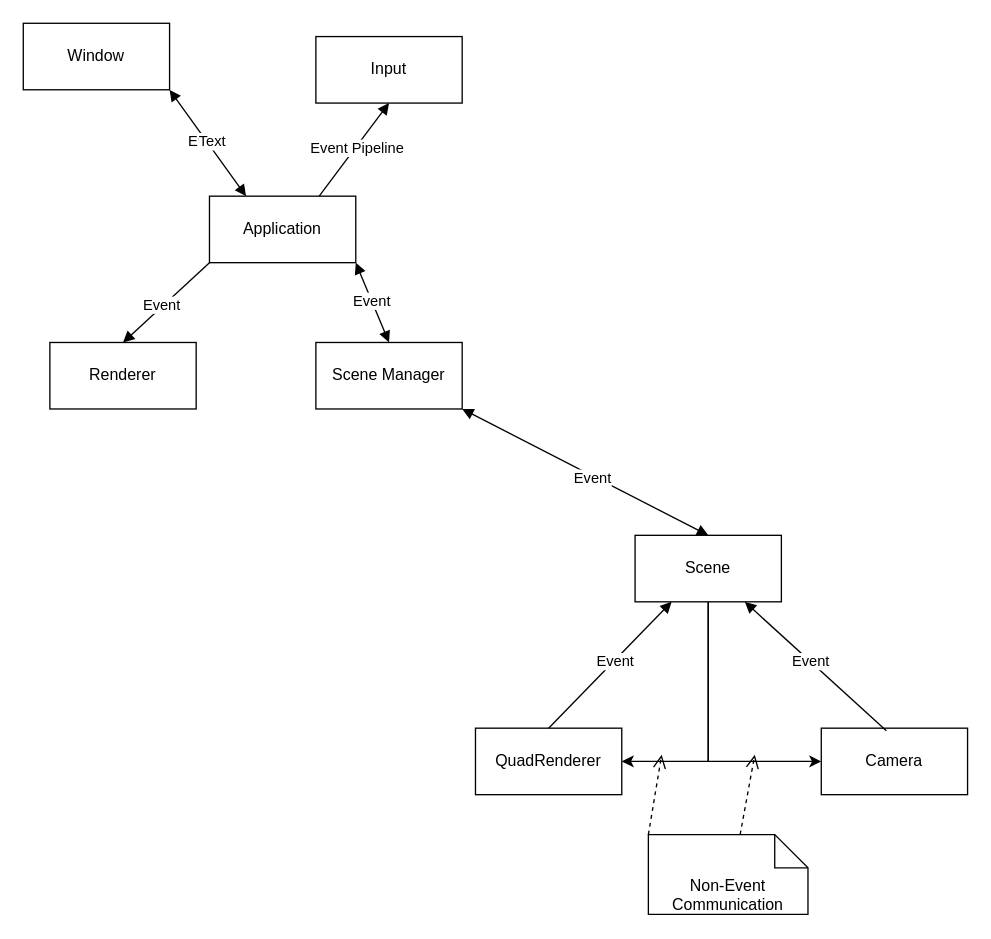
TylerSpaeth/Sprocket keeps this draw.io diagram as Sprocket/docs/EventNetwork.drawio. Above is the earlier version. Source tidied: cells renumbered, new cells numbered last; positions are measured from the earlier drawing's top-left corner, leaving out a move shared by most shapes. Both pictures are drawn from the tidied source at 133%, with x=0, y=0 at pixel (23, 23).
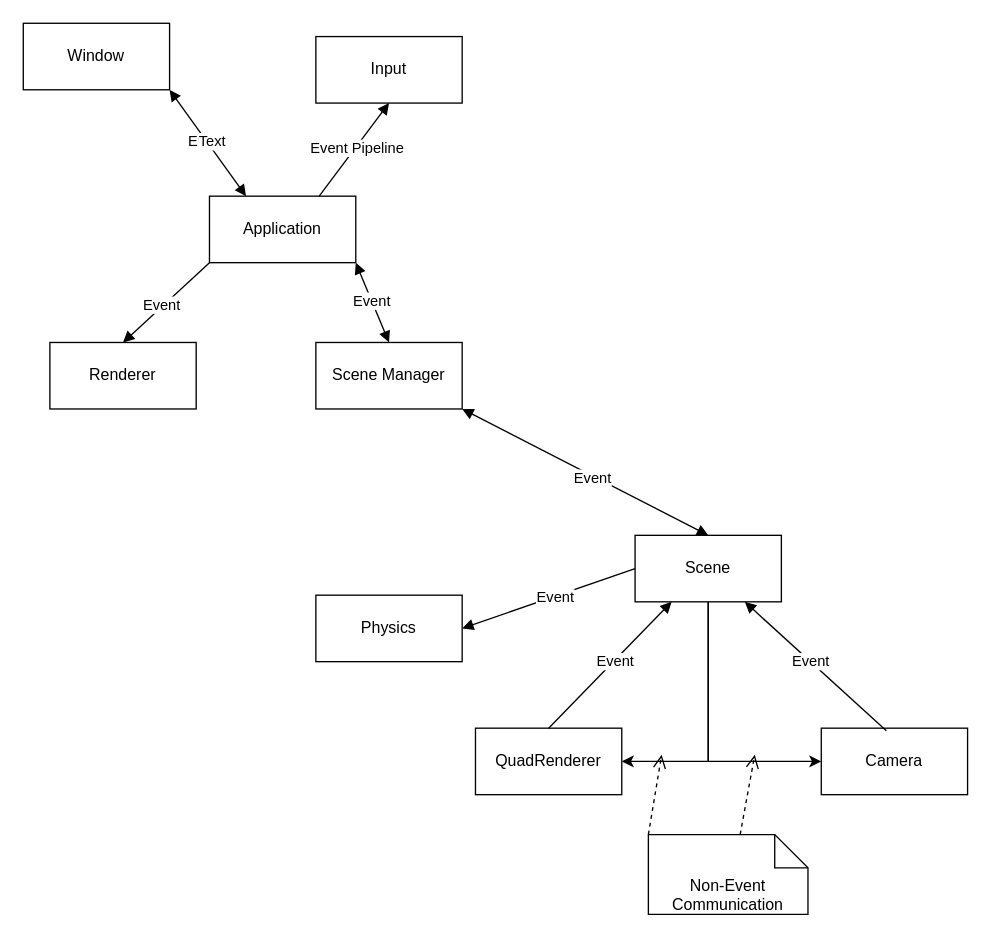
The same page after the edit.

The change refers to these unchanged cells:
```xml
<mxCell id="21" value="Scene" style="html=1;whiteSpace=wrap;" parent="1" vertex="1">
  <mxGeometry x="460" y="385" width="110" height="50" as="geometry" />
</mxCell>
```

Change to the diagram source:
```diff
@@
+    <mxCell id="30" value="Physics" style="html=1;whiteSpace=wrap;" parent="1" vertex="1">
+      <mxGeometry x="220" y="430" width="110" height="50" as="geometry" />
+    </mxCell>
+    <mxCell id="31" style="endArrow=none;startArrow=block;endFill=0;startFill=1;html=1;rounded=0;exitX=1;exitY=0.5;exitDx=0;exitDy=0;entryX=0;entryY=0.5;entryDx=0;entryDy=0;" parent="1" edge="1" source="30" target="21">
+      <mxGeometry relative="1" as="geometry" />
+    </mxCell>
+    <mxCell id="32" value="Event" style="edgeLabel;html=1;align=center;verticalAlign=middle;" parent="31" vertex="1">
+      <mxGeometry x="0.07" y="-1" relative="1" as="geometry">
+        <mxPoint x="-1" as="offset" />
+      </mxGeometry>
+    </mxCell>
```
